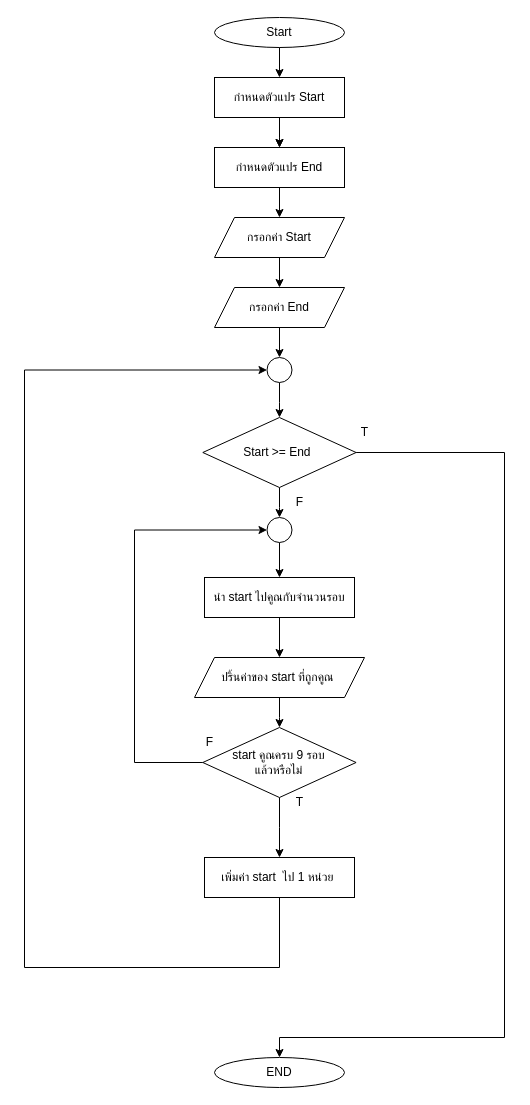
aphiwat-window/ENGCE117 keeps this draw.io diagram as HW/HW6/hw06-3/hw06-3.drawio. Above is the earlier version. Source tidied: cells renumbered, new cells numbered last; positions are measured from the earlier drawing's top-left corner, leaving out a move shared by most shapes. Both pictures are drawn from the tidied source at 100%, with x=0, y=0 at pixel (24, 17).
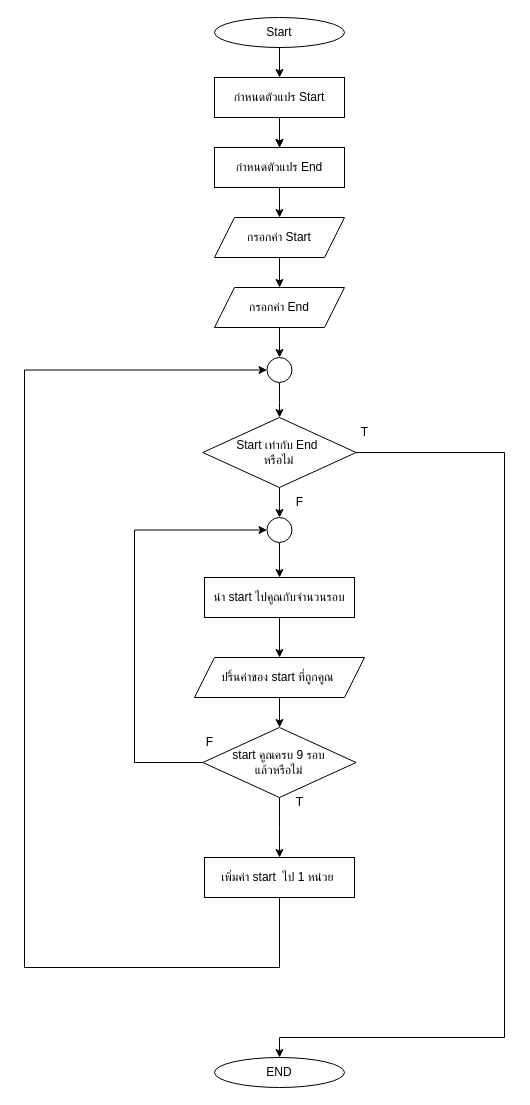
Above is the later version.

Diff of the diagram source:
```diff
@@
-    <mxCell id="11" value="Start &amp;gt;= End&amp;nbsp;" style="rhombus;whiteSpace=wrap;html=1;" parent="1" vertex="1">
+    <mxCell id="11" value="Start เท่ากับ End&amp;nbsp;&lt;div&gt;หรือไม่&lt;/div&gt;" style="rhombus;whiteSpace=wrap;html=1;" parent="1" vertex="1">
       <mxGeometry x="178.3" y="400" width="153.3" height="70" as="geometry" />
     </mxCell>
```
